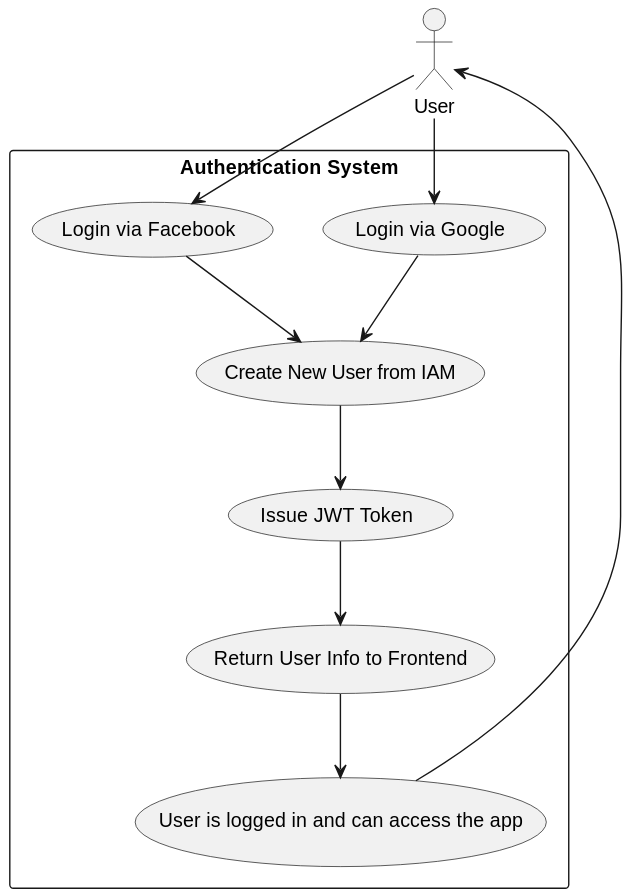
MaximeSchuybroeck/ARQSOFT_August keeps this PlantUML diagram as Docs/Architecture_files/Phase_1/assets/OAuthLoginFlow/UseCaseDiagram.svg. Above is the earlier version. Its diagram source:
```plantuml
@startuml
actor User

rectangle "Authentication System" {
  usecase "Login via Google" as UC1
  usecase "Login via Facebook" as UC2
  usecase "Create New User from IAM" as UC3
  usecase "Issue JWT Token" as UC4
  usecase "Return User Info to Frontend" as UC5
  usecase "User is logged in and can access the app" as UC6
}

User --> UC1
User --> UC2
UC1 --> UC3
UC2 --> UC3
UC3 --> UC4
UC4 --> UC5
UC5 --> UC6
UC6 --> User
@enduml
```
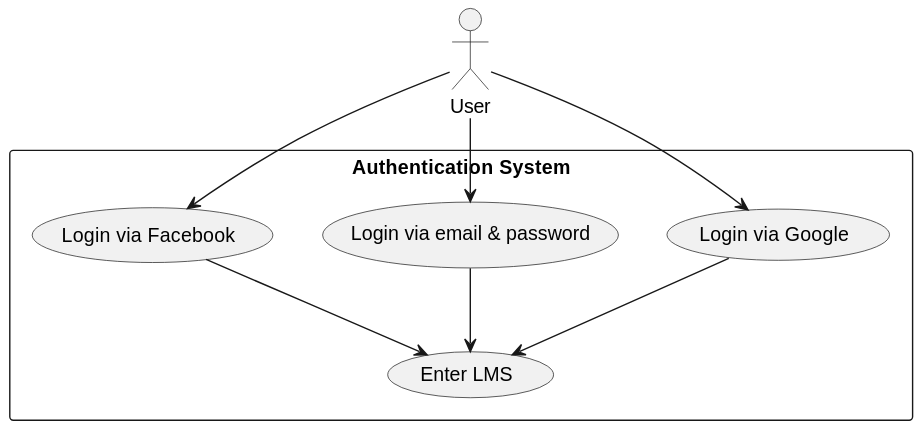
The same file after the commit.

Change to the diagram source:
```diff
@@ -3,19 +3,16 @@
 
 rectangle "Authentication System" {
   usecase "Login via Google" as UC1
+  usecase "Login via email & password" as UC7
   usecase "Login via Facebook" as UC2
-  usecase "Create New User from IAM" as UC3
-  usecase "Issue JWT Token" as UC4
-  usecase "Return User Info to Frontend" as UC5
-  usecase "User is logged in and can access the app" as UC6
+  usecase "Enter LMS" as UC3
+
 }
 
 User --> UC1
 User --> UC2
+User --> UC7
+UC7 --> UC3
 UC1 --> UC3
 UC2 --> UC3
-UC3 --> UC4
-UC4 --> UC5
-UC5 --> UC6
-UC6 --> User
 @enduml
```
